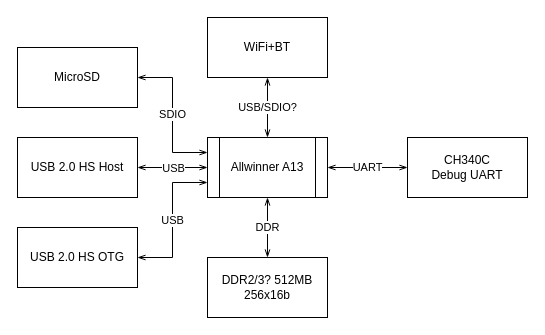
Above: yasbc.drawio in excsniper/yasbc (draw.io), before the change. Source tidied: cells renumbered, new cells numbered last; positions are measured from the earlier drawing's top-left corner, leaving out a move shared by most shapes. Both pictures are drawn from the tidied source at 100%, with x=0, y=0 at pixel (17, 17).
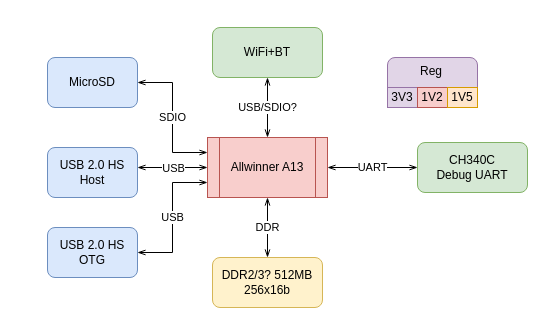
The same diagram, later.

Commit message:
Updated block diagram

Change to the diagram source:
```diff
@@
-    <mxCell id="8" value="Allwinner A13" style="shape=process;whiteSpace=wrap;html=1;backgroundOutline=1;" parent="1" vertex="1">
+    <mxCell id="8" value="Allwinner A13" style="shape=process;whiteSpace=wrap;html=1;backgroundOutline=1;fillColor=#f8cecc;strokeColor=#b85450;" parent="1" vertex="1">
       <mxGeometry x="190" y="120" width="120" height="60" as="geometry" />
     </mxCell>
-    <mxCell id="9" value="&lt;div&gt;DDR2/3? 512MB&lt;br&gt;&lt;/div&gt;&lt;div&gt;256x16b&lt;br&gt;&lt;/div&gt;" style="rounded=0;whiteSpace=wrap;html=1;" parent="1" vertex="1">
-      <mxGeometry x="190" y="240" width="120" height="60" as="geometry" />
+    <mxCell id="9" value="&lt;div&gt;DDR2/3? 512MB&lt;br&gt;&lt;/div&gt;&lt;div&gt;256x16b&lt;br&gt;&lt;/div&gt;" style="rounded=1;whiteSpace=wrap;html=1;fillColor=#fff2cc;strokeColor=#d6b656;" parent="1" vertex="1">
+      <mxGeometry x="195" y="240" width="110" height="50" as="geometry" />
     </mxCell>
-    <mxCell id="10" value="&lt;div&gt;WiFi+BT&lt;/div&gt;" style="rounded=0;whiteSpace=wrap;html=1;" parent="1" vertex="1">
-      <mxGeometry x="190" width="120" height="60" as="geometry" />
+    <mxCell id="10" value="&lt;div&gt;WiFi+BT&lt;/div&gt;" style="rounded=1;whiteSpace=wrap;html=1;fillColor=#d5e8d4;strokeColor=#82b366;" parent="1" vertex="1">
+      <mxGeometry x="195" y="10" width="110" height="50" as="geometry" />
     </mxCell>
-    <mxCell id="11" value="&lt;div&gt;CH340C&lt;/div&gt;&lt;div&gt;Debug UART&lt;br&gt;&lt;/div&gt;" style="rounded=0;whiteSpace=wrap;html=1;" parent="1" vertex="1">
-      <mxGeometry x="390" y="120" width="120" height="60" as="geometry" />
+    <mxCell id="11" value="&lt;div&gt;CH340C&lt;/div&gt;&lt;div&gt;Debug UART&lt;br&gt;&lt;/div&gt;" style="rounded=1;whiteSpace=wrap;html=1;fillColor=#d5e8d4;strokeColor=#82b366;" parent="1" vertex="1">
+      <mxGeometry x="400" y="125" width="110" height="50" as="geometry" />
     </mxCell>
-    <mxCell id="12" value="MicroSD" style="rounded=0;whiteSpace=wrap;html=1;" parent="1" vertex="1">
-      <mxGeometry y="30" width="120" height="60" as="geometry" />
+    <mxCell id="12" value="MicroSD" style="rounded=1;whiteSpace=wrap;html=1;fillColor=#dae8fc;strokeColor=#6c8ebf;" parent="1" vertex="1">
+      <mxGeometry x="30" y="40" width="90" height="50" as="geometry" />
     </mxCell>
-    <mxCell id="13" value="USB 2.0 HS OTG" style="rounded=0;whiteSpace=wrap;html=1;" parent="1" vertex="1">
-      <mxGeometry y="210" width="120" height="60" as="geometry" />
+    <mxCell id="13" value="USB 2.0 HS OTG" style="rounded=1;whiteSpace=wrap;html=1;fillColor=#dae8fc;strokeColor=#6c8ebf;" parent="1" vertex="1">
+      <mxGeometry x="30" y="210" width="90" height="50" as="geometry" />
     </mxCell>
-    <mxCell id="14" value="&lt;div&gt;USB 2.0 HS Host&lt;/div&gt;" style="rounded=0;whiteSpace=wrap;html=1;" parent="1" vertex="1">
-      <mxGeometry y="120" width="120" height="60" as="geometry" />
+    <mxCell id="14" value="&lt;div&gt;USB 2.0 HS Host&lt;/div&gt;" style="rounded=1;whiteSpace=wrap;html=1;fillColor=#dae8fc;strokeColor=#6c8ebf;" parent="1" vertex="1">
+      <mxGeometry x="30" y="130" width="90" height="50" as="geometry" />
     </mxCell>
+    <mxCell id="15" style="rounded=1;whiteSpace=wrap;html=1;fillColor=#e1d5e7;strokeColor=#9673a6;" parent="1" vertex="1">
+      <mxGeometry x="370" y="40" width="90" height="50" as="geometry" />
+    </mxCell>
+    <mxCell id="16" value="3V3" style="rounded=0;whiteSpace=wrap;html=1;fillColor=#e1d5e7;strokeColor=#9673a6;" parent="1" vertex="1">
+      <mxGeometry x="370" y="70" width="30" height="20" as="geometry" />
+    </mxCell>
+    <mxCell id="17" value="1V2" style="rounded=0;whiteSpace=wrap;html=1;fillColor=#f8cecc;strokeColor=#b85450;" parent="1" vertex="1">
+      <mxGeometry x="400" y="70" width="30" height="20" as="geometry" />
+    </mxCell>
+    <mxCell id="18" value="1V5" style="rounded=0;whiteSpace=wrap;html=1;fillColor=#ffe6cc;strokeColor=#d79b00;" parent="1" vertex="1">
+      <mxGeometry x="430" y="70" width="30" height="20" as="geometry" />
+    </mxCell>
+    <mxCell id="19" value="Reg" style="text;html=1;strokeColor=none;fillColor=none;align=center;verticalAlign=middle;whiteSpace=wrap;rounded=0;" parent="1" vertex="1">
+      <mxGeometry x="394" y="44" width="40" height="20" as="geometry" />
+    </mxCell>
```
